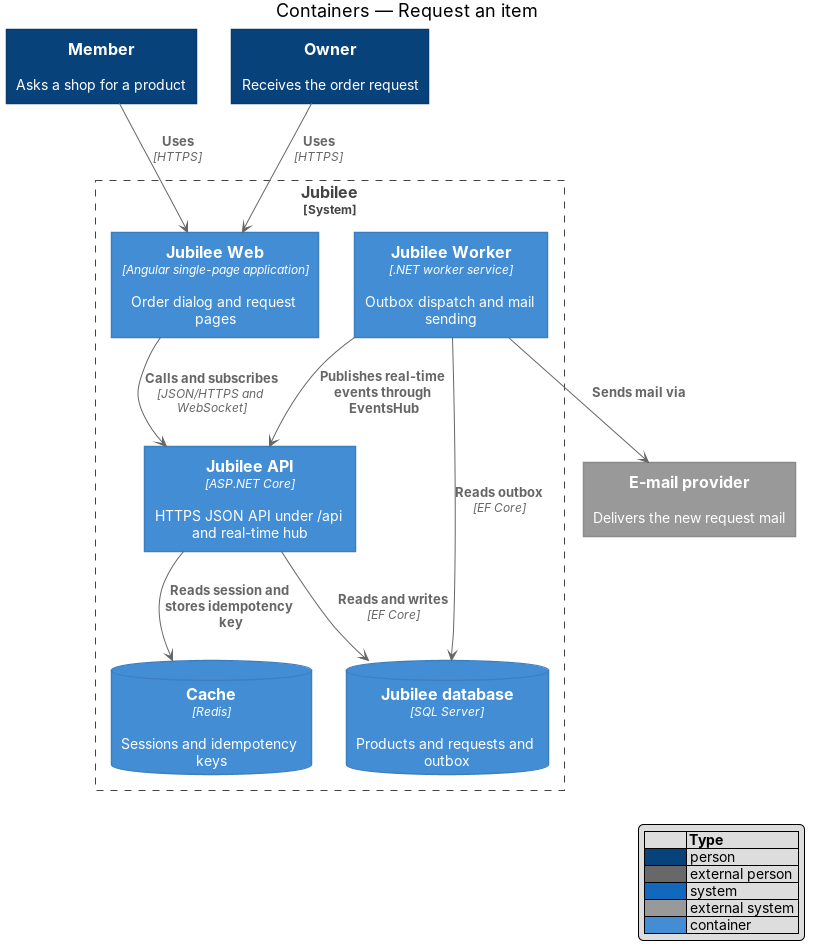
Before: docs/detailed-designs/requests/request-item/diagrams/c4-container.png, a diagram exported from PlantUML (QuinntyneBrown/jubilee). Its source is kept beside it as docs/detailed-designs/requests/request-item/diagrams/c4-container.puml.
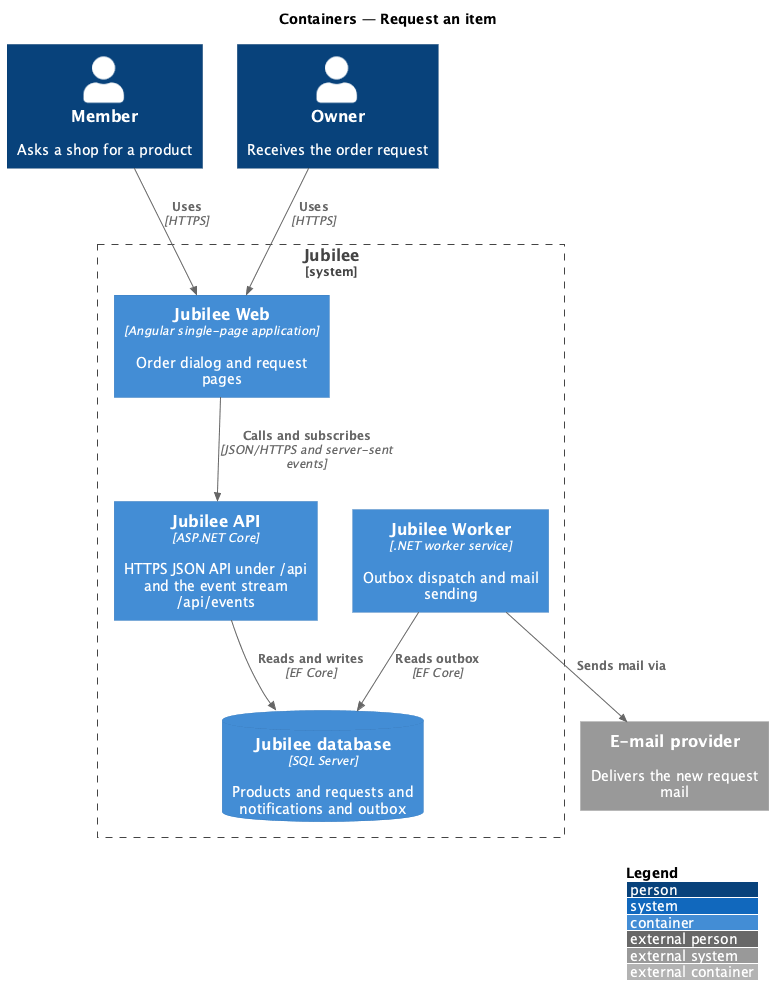
Above is the later version.

What changed in the source:
```diff
@@ -7,19 +7,16 @@
 Person(owner, "Owner", "Receives the order request")
 System_Boundary(jubilee, "Jubilee") {
   Container(web, "Jubilee Web", "Angular single-page application", "Order dialog and request pages")
-  Container(api, "Jubilee API", "ASP.NET Core", "HTTPS JSON API under /api and real-time hub")
+  Container(api, "Jubilee API", "ASP.NET Core", "HTTPS JSON API under /api and the event stream /api/events")
   Container(worker, "Jubilee Worker", ".NET worker service", "Outbox dispatch and mail sending")
-  ContainerDb(db, "Jubilee database", "SQL Server", "Products and requests and outbox")
-  ContainerDb(cache, "Cache", "Redis", "Sessions and idempotency keys")
+  ContainerDb(db, "Jubilee database", "SQL Server", "Products and requests and notifications and outbox")
 }
 System_Ext(email, "E-mail provider", "Delivers the new request mail")
 
 Rel(member, web, "Uses", "HTTPS")
 Rel(owner, web, "Uses", "HTTPS")
-Rel(web, api, "Calls and subscribes", "JSON/HTTPS and WebSocket")
+Rel(web, api, "Calls and subscribes", "JSON/HTTPS and server-sent events")
 Rel(api, db, "Reads and writes", "EF Core")
-Rel(api, cache, "Reads session and stores idempotency key")
 Rel(worker, db, "Reads outbox", "EF Core")
-Rel(worker, api, "Publishes real-time events through EventsHub")
 Rel(worker, email, "Sends mail via")
 @enduml
```
